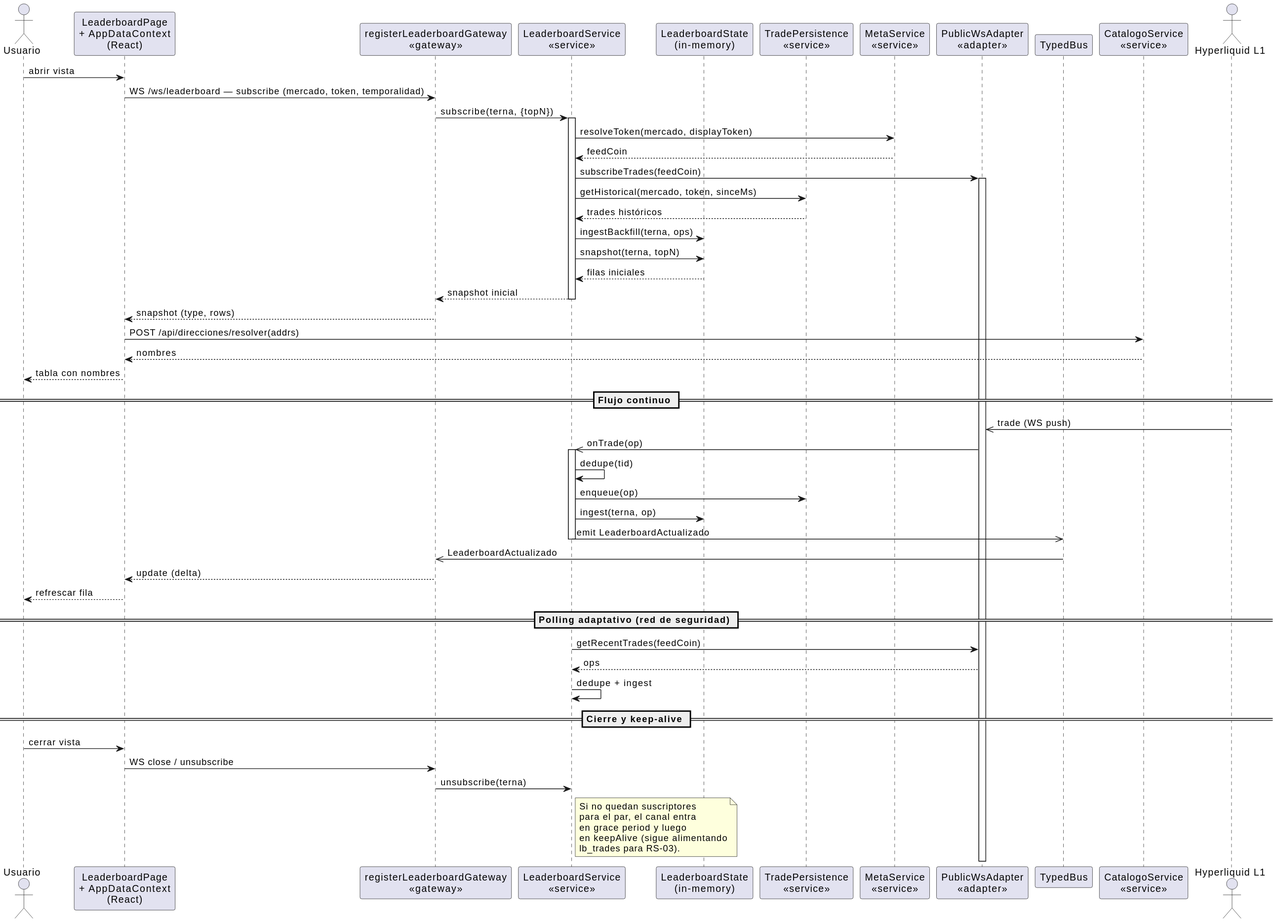
This is imagenes/capitulo3/diseno-secuencia-CU-01.svg from nekiiiiis/tfg, a PlantUML export, as it was before one commit. Its diagram source:
```plantuml
@startuml
skinparam shadowing false

actor "Usuario" as U
participant "LeaderboardPage\n+ AppDataContext\n(React)" as CLI
participant "registerLeaderboardGateway\n<<gateway>>" as GW
participant "LeaderboardService\n<<service>>" as SVC
participant "LeaderboardState\n(in-memory)" as STATE
participant "TradePersistence\n<<service>>" as TP
participant "MetaService\n<<service>>" as META
participant "PublicWsAdapter\n<<adapter>>" as HLC
participant "TypedBus" as BUS
participant "CatalogoService\n<<service>>" as CAT
actor "Hyperliquid L1" as HL

U -> CLI : abrir vista
CLI -> GW : WS /ws/leaderboard — subscribe (mercado, token, temporalidad)
GW -> SVC : subscribe(terna, {topN})
activate SVC
SVC -> META : resolveToken(mercado, displayToken)
META --> SVC : feedCoin
SVC -> HLC : subscribeTrades(feedCoin)
activate HLC
SVC -> TP : getHistorical(mercado, token, sinceMs)
TP --> SVC : trades históricos
SVC -> STATE : ingestBackfill(terna, ops)
SVC -> STATE : snapshot(terna, topN)
STATE --> SVC : filas iniciales
SVC --> GW : snapshot inicial
deactivate SVC
GW --> CLI : snapshot (type, rows)
CLI -> CAT : POST /api/direcciones/resolver(addrs)
CAT --> CLI : nombres
CLI --> U : tabla con nombres

== Flujo continuo ==

HL ->> HLC : trade (WS push)
HLC ->> SVC : onTrade(op)
activate SVC
SVC -> SVC : dedupe(tid)
SVC -> TP : enqueue(op)
SVC -> STATE : ingest(terna, op)
SVC ->> BUS : emit LeaderboardActualizado
deactivate SVC
BUS ->> GW : LeaderboardActualizado
GW --> CLI : update (delta)
CLI --> U : refrescar fila

== Polling adaptativo (red de seguridad) ==

SVC -> HLC : getRecentTrades(feedCoin)
HLC --> SVC : ops
SVC -> SVC : dedupe + ingest

== Cierre y keep-alive ==

U -> CLI : cerrar vista
CLI -> GW : WS close / unsubscribe
GW -> SVC : unsubscribe(terna)
note right of SVC
  Si no quedan suscriptores
  para el par, el canal entra
  en grace period y luego
  en keepAlive (sigue alimentando
  lb_trades para RS-03).
end note
@enduml
```
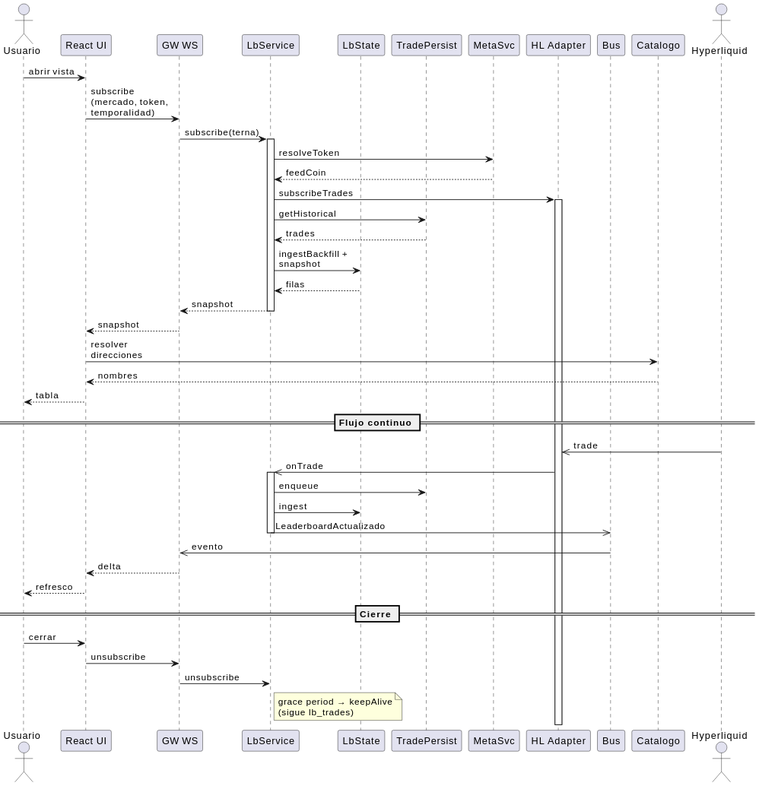
Above is the later version.

The edit, as a diff of the source:
```diff
@@ -1,68 +1,59 @@
 @startuml
+scale 0.65
 skinparam shadowing false
+skinparam maxMessageSize 120
 
-actor "Usuario" as U
-participant "LeaderboardPage\n+ AppDataContext\n(React)" as CLI
-participant "registerLeaderboardGateway\n<<gateway>>" as GW
-participant "LeaderboardService\n<<service>>" as SVC
-participant "LeaderboardState\n(in-memory)" as STATE
-participant "TradePersistence\n<<service>>" as TP
-participant "MetaService\n<<service>>" as META
-participant "PublicWsAdapter\n<<adapter>>" as HLC
-participant "TypedBus" as BUS
-participant "CatalogoService\n<<service>>" as CAT
-actor "Hyperliquid L1" as HL
+actor Usuario as U
+participant "React UI" as CLI
+participant "GW WS" as GW
+participant "LbService" as SVC
+participant "LbState" as STATE
+participant "TradePersist" as TP
+participant "MetaSvc" as META
+participant "HL Adapter" as HLC
+participant "Bus" as BUS
+participant "Catalogo" as CAT
+actor Hyperliquid as HL
 
 U -> CLI : abrir vista
-CLI -> GW : WS /ws/leaderboard — subscribe (mercado, token, temporalidad)
-GW -> SVC : subscribe(terna, {topN})
+CLI -> GW : subscribe (mercado, token, temporalidad)
+GW -> SVC : subscribe(terna)
 activate SVC
-SVC -> META : resolveToken(mercado, displayToken)
+SVC -> META : resolveToken
 META --> SVC : feedCoin
-SVC -> HLC : subscribeTrades(feedCoin)
+SVC -> HLC : subscribeTrades
 activate HLC
-SVC -> TP : getHistorical(mercado, token, sinceMs)
-TP --> SVC : trades históricos
-SVC -> STATE : ingestBackfill(terna, ops)
-SVC -> STATE : snapshot(terna, topN)
-STATE --> SVC : filas iniciales
-SVC --> GW : snapshot inicial
+SVC -> TP : getHistorical
+TP --> SVC : trades
+SVC -> STATE : ingestBackfill + snapshot
+STATE --> SVC : filas
+SVC --> GW : snapshot
 deactivate SVC
-GW --> CLI : snapshot (type, rows)
-CLI -> CAT : POST /api/direcciones/resolver(addrs)
+GW --> CLI : snapshot
+CLI -> CAT : resolver direcciones
 CAT --> CLI : nombres
-CLI --> U : tabla con nombres
+CLI --> U : tabla
 
 == Flujo continuo ==
 
-HL ->> HLC : trade (WS push)
-HLC ->> SVC : onTrade(op)
+HL ->> HLC : trade
+HLC ->> SVC : onTrade
 activate SVC
-SVC -> SVC : dedupe(tid)
-SVC -> TP : enqueue(op)
-SVC -> STATE : ingest(terna, op)
-SVC ->> BUS : emit LeaderboardActualizado
+SVC -> TP : enqueue
+SVC -> STATE : ingest
+SVC ->> BUS : LeaderboardActualizado
 deactivate SVC
-BUS ->> GW : LeaderboardActualizado
-GW --> CLI : update (delta)
-CLI --> U : refrescar fila
+BUS ->> GW : evento
+GW --> CLI : delta
+CLI --> U : refresco
 
-== Polling adaptativo (red de seguridad) ==
+== Cierre ==
 
-SVC -> HLC : getRecentTrades(feedCoin)
-HLC --> SVC : ops
-SVC -> SVC : dedupe + ingest
-
-== Cierre y keep-alive ==
-
-U -> CLI : cerrar vista
-CLI -> GW : WS close / unsubscribe
-GW -> SVC : unsubscribe(terna)
+U -> CLI : cerrar
+CLI -> GW : unsubscribe
+GW -> SVC : unsubscribe
 note right of SVC
-  Si no quedan suscriptores
-  para el par, el canal entra
-  en grace period y luego
-  en keepAlive (sigue alimentando
-  lb_trades para RS-03).
+  grace period → keepAlive
+  (sigue lb_trades)
 end note
 @enduml
```
